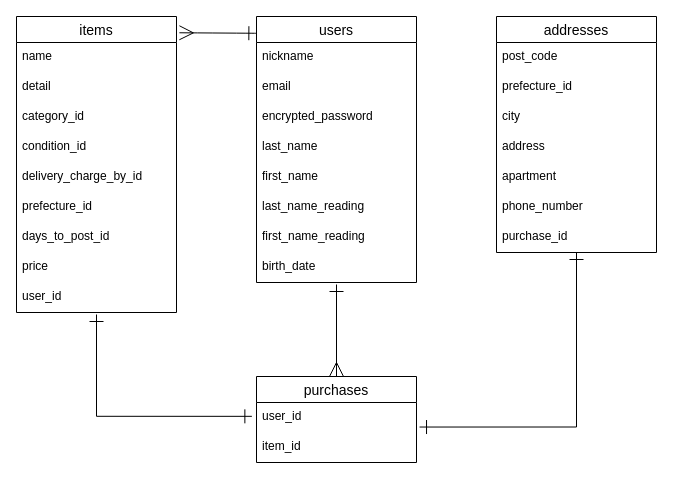
This is er.dio from 38752/furima-38752, a draw.io file, before an edit. Source tidied: cells renumbered, new cells numbered last; positions are measured from the earlier drawing's top-left corner, leaving out a move shared by most shapes. Both pictures are drawn from the tidied source at 100%, with x=0, y=0 at pixel (16, 16).
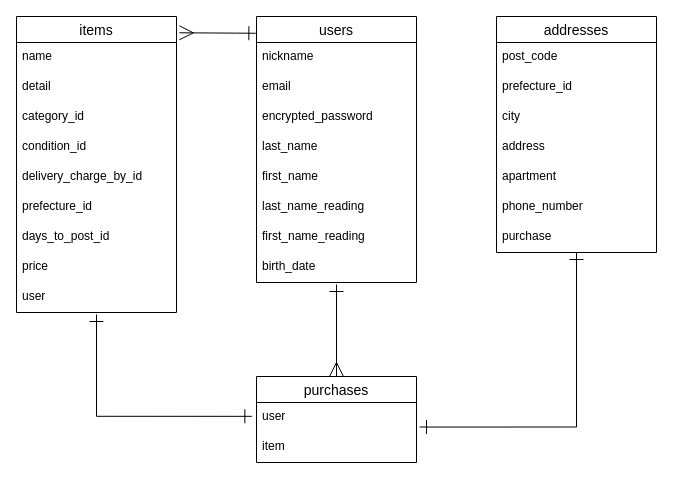
After the change.

Unchanged cells that the change refers to:
```xml
<mxCell id="15" value="items" style="swimlane;fontStyle=0;horizontal=1;startSize=26;align=center;fontSize=14;" parent="1" vertex="1">
  <mxGeometry width="160" height="296" as="geometry" />
</mxCell>
<mxCell id="26" value="addresses" style="swimlane;fontStyle=0;horizontal=1;startSize=26;align=center;fontSize=14;" parent="1" vertex="1">
  <mxGeometry x="480" width="160" height="236" as="geometry" />
</mxCell>
<mxCell id="34" value="purchases" style="swimlane;fontStyle=0;horizontal=1;startSize=26;align=center;fontSize=14;" parent="1" vertex="1">
  <mxGeometry x="240" y="360" width="160" height="86" as="geometry" />
</mxCell>
```

What changed in the source:
```diff
@@
-    <mxCell id="24" value="user_id" style="text;strokeColor=none;fillColor=none;spacingLeft=4;spacingRight=4;overflow=hidden;fontSize=12;" parent="15" vertex="1">
+    <mxCell id="24" value="user" style="text;strokeColor=none;fillColor=none;spacingLeft=4;spacingRight=4;overflow=hidden;fontSize=12;" parent="15" vertex="1">
       <mxGeometry y="266" width="160" height="30" as="geometry" />
     </mxCell>
@@
-    <mxCell id="33" value="purchase_id" style="text;strokeColor=none;fillColor=none;spacingLeft=4;spacingRight=4;overflow=hidden;fontSize=12;" parent="26" vertex="1">
+    <mxCell id="33" value="purchase" style="text;strokeColor=none;fillColor=none;spacingLeft=4;spacingRight=4;overflow=hidden;fontSize=12;" parent="26" vertex="1">
       <mxGeometry y="206" width="160" height="30" as="geometry" />
     </mxCell>
@@
-    <mxCell id="35" value="user_id" style="text;strokeColor=none;fillColor=none;spacingLeft=4;spacingRight=4;overflow=hidden;points=[[0,0.5],[1,0.5]];portConstraint=eastwest;fontSize=12;" parent="34" vertex="1">
+    <mxCell id="35" value="user" style="text;strokeColor=none;fillColor=none;spacingLeft=4;spacingRight=4;overflow=hidden;points=[[0,0.5],[1,0.5]];portConstraint=eastwest;fontSize=12;" parent="34" vertex="1">
       <mxGeometry y="26" width="160" height="30" as="geometry" />
     </mxCell>
-    <mxCell id="36" value="item_id" style="text;strokeColor=none;fillColor=none;spacingLeft=4;spacingRight=4;overflow=hidden;fontSize=12;" parent="34" vertex="1">
+    <mxCell id="36" value="item" style="text;strokeColor=none;fillColor=none;spacingLeft=4;spacingRight=4;overflow=hidden;fontSize=12;" parent="34" vertex="1">
       <mxGeometry y="56" width="160" height="30" as="geometry" />
     </mxCell>
```
